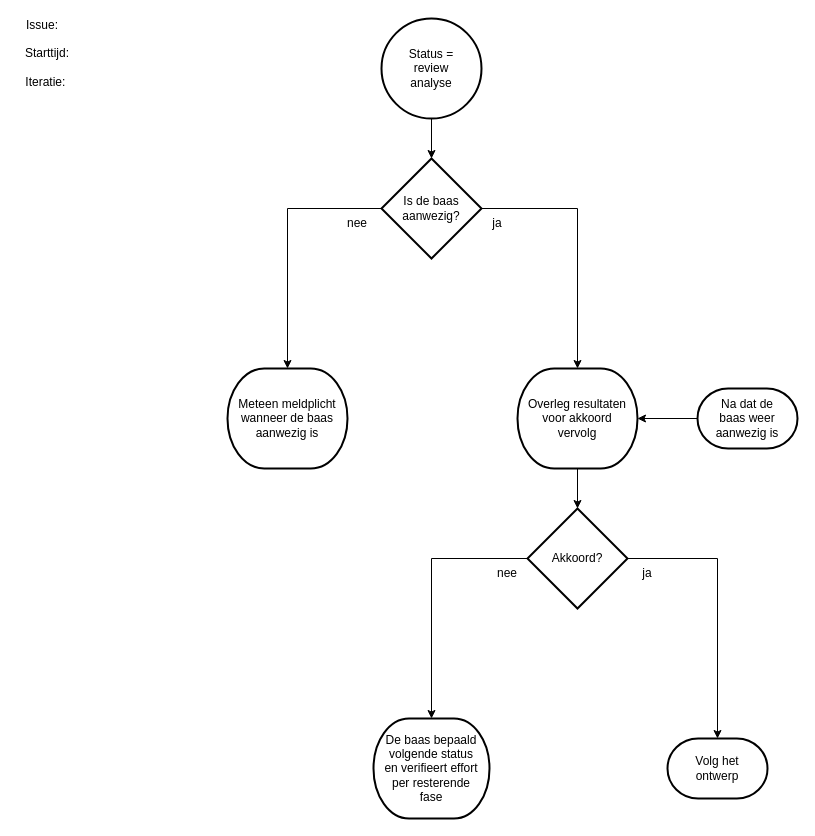
The draw.io diagram 4 Issue Tracker review analyse.drawio in Zaibatsu89/IssueTracker, before the edit. Source tidied: cells renumbered, new cells numbered last; positions are measured from the earlier drawing's top-left corner, leaving out a move shared by most shapes. Both pictures are drawn from the tidied source at 100%, with x=0, y=0 at pixel (17, 18).
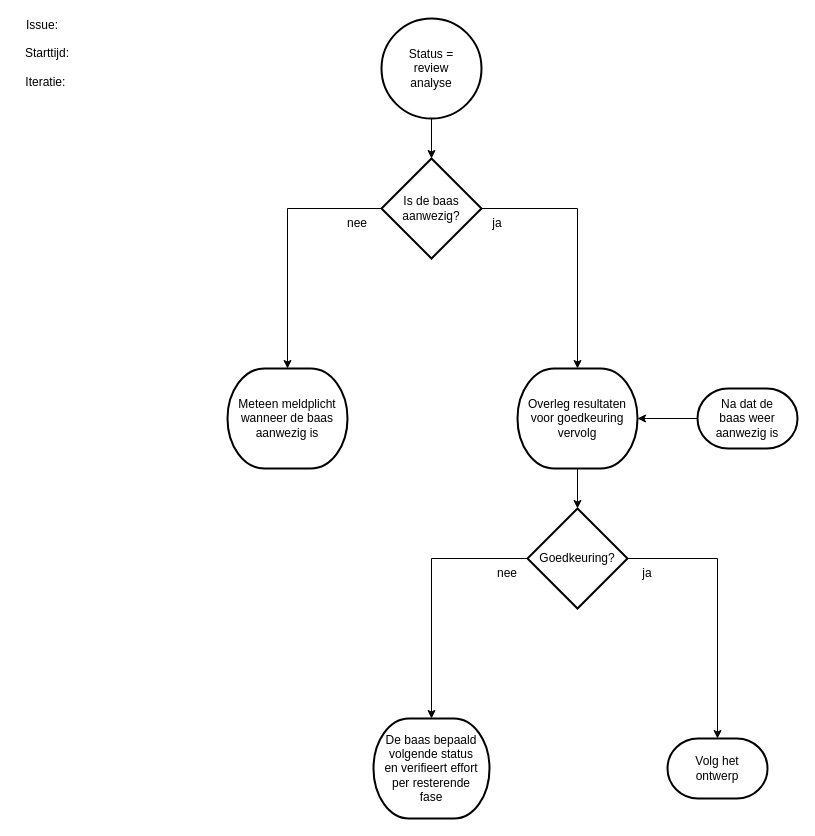
Above is the later version.

Commit message (it also covers changes not shown here):
Door Goedkeuring? vervangen

Change to the diagram source:
```diff
@@
-    <mxCell id="9" value="Overleg resultaten&lt;br&gt;voor akkoord&lt;br&gt;vervolg" style="strokeWidth=2;html=1;shape=mxgraph.flowchart.terminator;whiteSpace=wrap;" parent="1" vertex="1">
+    <mxCell id="9" value="Overleg resultaten&lt;br&gt;voor goedkeuring&lt;br&gt;vervolg" style="strokeWidth=2;html=1;shape=mxgraph.flowchart.terminator;whiteSpace=wrap;" parent="1" vertex="1">
       <mxGeometry x="500" y="350" width="120" height="100" as="geometry" />
     </mxCell>
@@
-    <mxCell id="14" value="Akkoord?" style="strokeWidth=2;html=1;shape=mxgraph.flowchart.decision;whiteSpace=wrap;" parent="1" vertex="1">
+    <mxCell id="14" value="Goedkeuring?" style="strokeWidth=2;html=1;shape=mxgraph.flowchart.decision;whiteSpace=wrap;" parent="1" vertex="1">
       <mxGeometry x="510" y="490" width="100" height="100" as="geometry" />
     </mxCell>
```
